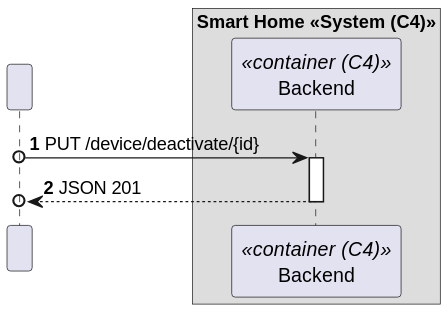
Above: docs/C4_4plus1_models/Level2/ProcessView/ProcessViewLevel2_UC08_v2.svg in moutajDev/smarthome (PlantUML), before the change.
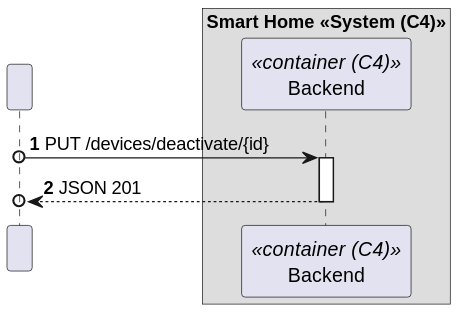
The same file after the commit.

Diff of the diagram source:
```diff
@@ -9,7 +9,7 @@
 end box
 
 
-HTTP o-> BE : PUT /device/deactivate/{id}
+HTTP o-> BE : PUT /devices/deactivate/{id}
 activate BE
 
 BE -->o HTTP : JSON 201
```
